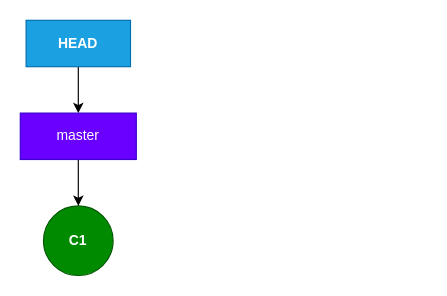
gbroques/git-internals-presentation keeps this draw.io diagram as drawio/c1-with-head-and-master.drawio. Above is the earlier version. Source tidied: cells renumbered, new cells numbered last; positions are measured from the earlier drawing's top-left corner, leaving out a move shared by most shapes. Both pictures are drawn from the tidied source at 116%, with x=0, y=0 at pixel (20, 20).
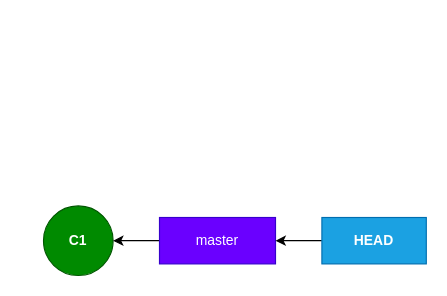
Above is the later version.

Diff of the diagram source:
```diff
@@
 <mxGraphModel>
   <root>
     <mxCell id="0" />
     <mxCell id="1" parent="0" />
     <mxCell id="2" value="C1" style="ellipse;whiteSpace=wrap;html=1;fillColor=#008a00;strokeColor=#005700;fontColor=#ffffff;fontStyle=1;" parent="1" vertex="1">
       <mxGeometry x="20" y="160" width="60" height="60" as="geometry" />
     </mxCell>
     <mxCell id="3" style="edgeStyle=orthogonalEdgeStyle;rounded=0;jettySize=auto;html=1;" parent="1" edge="1" source="4" target="2">
       <mxGeometry relative="1" as="geometry" />
     </mxCell>
     <mxCell id="4" value="master" style="rounded=0;whiteSpace=wrap;html=1;fillColor=#6a00ff;strokeColor=#3700CC;fontColor=#ffffff;" parent="1" vertex="1">
-      <mxGeometry y="80" width="100" height="40" as="geometry" />
+      <mxGeometry x="120" y="170" width="100" height="40" as="geometry" />
     </mxCell>
-    <mxCell id="5" style="edgeStyle=orthogonalEdgeStyle;rounded=0;jettySize=auto;html=1;entryX=0.5;entryY=0;entryDx=0;entryDy=0;" parent="1" edge="1" source="6" target="4">
+    <mxCell id="5" style="edgeStyle=orthogonalEdgeStyle;rounded=0;jettySize=auto;html=1;entryX=1;entryY=0.5;entryDx=0;entryDy=0;" parent="1" edge="1" source="6" target="4">
       <mxGeometry relative="1" as="geometry" />
     </mxCell>
     <mxCell id="6" value="&lt;b&gt;HEAD&lt;/b&gt;" style="rounded=0;whiteSpace=wrap;html=1;fillColor=#1ba1e2;strokeColor=#006EAF;fontColor=#ffffff;" parent="1" vertex="1">
-      <mxGeometry x="5" width="90" height="40" as="geometry" />
+      <mxGeometry x="260" y="170" width="90" height="40" as="geometry" />
     </mxCell>
   </root>
 </mxGraphModel>
```
